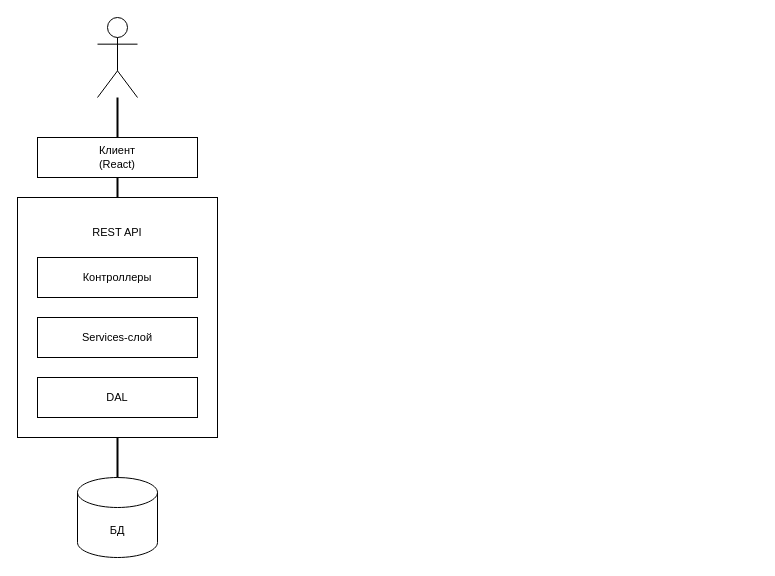
Korepanov01/MediaStorage keeps this draw.io diagram as page "Слои" (2 of 2) of doc/diagrams.drawio. Above is the earlier version. Source tidied: cells renumbered, new cells numbered last; positions are measured from the earlier drawing's top-left corner, leaving out a move shared by most shapes. Both pictures are drawn from the tidied source at 100%, with x=0, y=0 at pixel (17, 17).
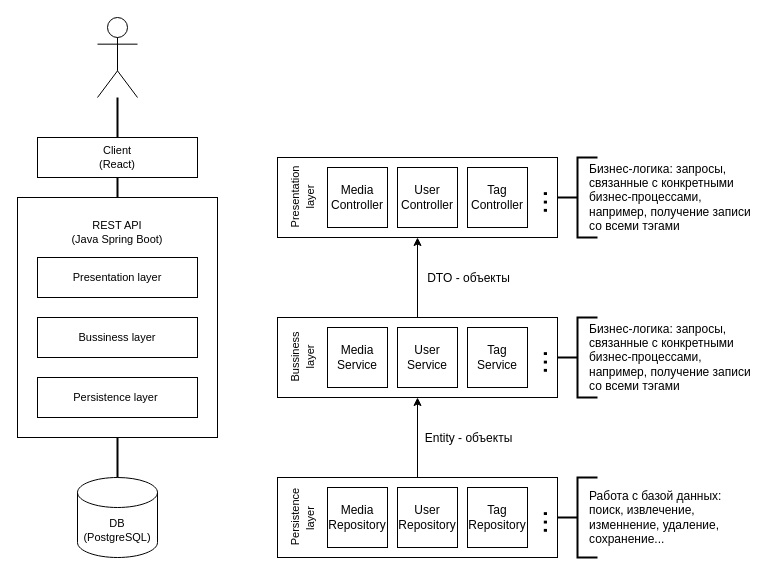
Above is the later version.

The edit, as a diff of the source:
```diff
@@
-    <mxCell id="2" value="БД" style="shape=cylinder3;whiteSpace=wrap;html=1;boundedLbl=1;backgroundOutline=1;size=15;fontFamily=Helvetica;fontSize=11;fontColor=default;" parent="1" vertex="1">
+    <mxCell id="2" value="DB&lt;br&gt;(PostgreSQL)" style="shape=cylinder3;whiteSpace=wrap;html=1;boundedLbl=1;backgroundOutline=1;size=15;fontFamily=Helvetica;fontSize=11;fontColor=default;" parent="1" vertex="1">
       <mxGeometry x="60" y="460" width="80" height="80" as="geometry" />
     </mxCell>
@@
-    <mxCell id="5" value="DAL" style="rounded=0;whiteSpace=wrap;html=1;fontFamily=Helvetica;fontSize=11;fontColor=default;" parent="1" vertex="1">
+    <mxCell id="5" value="Persistence layer&amp;nbsp;" style="rounded=0;whiteSpace=wrap;html=1;fontFamily=Helvetica;fontSize=11;fontColor=default;" parent="1" vertex="1">
       <mxGeometry x="20" y="360" width="160" height="40" as="geometry" />
     </mxCell>
-    <mxCell id="6" value="Services-слой" style="rounded=0;whiteSpace=wrap;html=1;fontFamily=Helvetica;fontSize=11;fontColor=default;" parent="1" vertex="1">
+    <mxCell id="6" value="Bussiness layer" style="rounded=0;whiteSpace=wrap;html=1;fontFamily=Helvetica;fontSize=11;fontColor=default;" parent="1" vertex="1">
       <mxGeometry x="20" y="300" width="160" height="40" as="geometry" />
     </mxCell>
-    <mxCell id="7" value="Контроллеры" style="rounded=0;whiteSpace=wrap;html=1;fontFamily=Helvetica;fontSize=11;fontColor=default;" parent="1" vertex="1">
+    <mxCell id="7" value="Presentation layer" style="rounded=0;whiteSpace=wrap;html=1;fontFamily=Helvetica;fontSize=11;fontColor=default;" parent="1" vertex="1">
       <mxGeometry x="20" y="240" width="160" height="40" as="geometry" />
     </mxCell>
@@
-    <mxCell id="9" value="Клиент&lt;br&gt;(React)" style="rounded=0;whiteSpace=wrap;html=1;fontFamily=Helvetica;fontSize=11;fontColor=default;" parent="1" vertex="1">
+    <mxCell id="9" value="Client&lt;br&gt;(React)" style="rounded=0;whiteSpace=wrap;html=1;fontFamily=Helvetica;fontSize=11;fontColor=default;" parent="1" vertex="1">
       <mxGeometry x="20" y="120" width="160" height="40" as="geometry" />
     </mxCell>
@@
-    <mxCell id="12" value="REST API" style="text;html=1;strokeColor=none;fillColor=none;align=center;verticalAlign=middle;whiteSpace=wrap;rounded=0;fontSize=11;fontFamily=Helvetica;fontColor=default;" parent="1" vertex="1">
-      <mxGeometry x="70" y="200" width="60" height="30" as="geometry" />
+    <mxCell id="12" value="REST API&lt;br&gt;(Java Spring Boot)" style="text;html=1;strokeColor=none;fillColor=none;align=center;verticalAlign=middle;whiteSpace=wrap;rounded=0;fontSize=11;fontFamily=Helvetica;fontColor=default;" parent="1" vertex="1">
+      <mxGeometry x="20" y="200" width="160" height="30" as="geometry" />
     </mxCell>
+    <mxCell id="13" style="edgeStyle=orthogonalEdgeStyle;rounded=0;jettySize=auto;html=1;fontSize=12;" parent="1" edge="1" source="15" target="23">
+      <mxGeometry relative="1" as="geometry" />
+    </mxCell>
+    <mxCell id="14" value="Entity - объекты" style="edgeLabel;html=1;align=center;verticalAlign=middle;fontSize=12;" parent="13" vertex="1">
+      <mxGeometry x="-0.24" y="2" relative="1" as="geometry">
+        <mxPoint x="52" y="-10" as="offset" />
+      </mxGeometry>
+    </mxCell>
+    <mxCell id="15" style="rounded=0;whiteSpace=wrap;html=1;fontFamily=Helvetica;fontSize=11;fontColor=default;" parent="1" vertex="1">
+      <mxGeometry x="260" y="460" width="280" height="80" as="geometry" />
+    </mxCell>
+    <mxCell id="16" value="&lt;span style=&quot;font-size: 11px;&quot;&gt;Persistence layer&amp;nbsp;&lt;/span&gt;" style="text;html=1;strokeColor=none;fillColor=none;align=center;verticalAlign=middle;whiteSpace=wrap;rounded=0;horizontal=0;" parent="1" vertex="1">
+      <mxGeometry x="270" y="467.5" width="30" height="65" as="geometry" />
+    </mxCell>
+    <mxCell id="17" value="Media&lt;br&gt;Repository" style="whiteSpace=wrap;html=1;" parent="1" vertex="1">
+      <mxGeometry x="310" y="470" width="60" height="60" as="geometry" />
+    </mxCell>
+    <mxCell id="18" value="User&lt;br&gt;Repository" style="whiteSpace=wrap;html=1;" parent="1" vertex="1">
+      <mxGeometry x="380" y="470" width="60" height="60" as="geometry" />
+    </mxCell>
+    <mxCell id="19" value="Tag&lt;br&gt;Repository" style="whiteSpace=wrap;html=1;" parent="1" vertex="1">
+      <mxGeometry x="450" y="470" width="60" height="60" as="geometry" />
+    </mxCell>
+    <mxCell id="20" value="&lt;font style=&quot;font-size: 30px;&quot;&gt;...&lt;/font&gt;" style="text;html=1;strokeColor=none;fillColor=none;align=center;verticalAlign=bottom;whiteSpace=wrap;rounded=0;horizontal=0;" parent="1" vertex="1">
+      <mxGeometry x="520" y="490" width="20" height="30" as="geometry" />
+    </mxCell>
+    <mxCell id="21" style="edgeStyle=orthogonalEdgeStyle;rounded=0;jettySize=auto;html=1;fontSize=12;" parent="1" edge="1" source="23" target="33">
+      <mxGeometry relative="1" as="geometry" />
+    </mxCell>
+    <mxCell id="22" value="DTO - объекты" style="edgeLabel;html=1;align=center;verticalAlign=middle;fontSize=12;" parent="21" vertex="1">
+      <mxGeometry x="-0.25" y="2" relative="1" as="geometry">
+        <mxPoint x="52" y="-10" as="offset" />
+      </mxGeometry>
+    </mxCell>
+    <mxCell id="23" style="rounded=0;whiteSpace=wrap;html=1;fontFamily=Helvetica;fontSize=11;fontColor=default;" parent="1" vertex="1">
+      <mxGeometry x="260" y="300" width="280" height="80" as="geometry" />
+    </mxCell>
+    <mxCell id="24" value="&lt;span style=&quot;font-size: 11px;&quot;&gt;Bussiness layer&lt;/span&gt;" style="text;html=1;strokeColor=none;fillColor=none;align=center;verticalAlign=middle;whiteSpace=wrap;rounded=0;horizontal=0;" parent="1" vertex="1">
+      <mxGeometry x="270" y="307.5" width="30" height="65" as="geometry" />
+    </mxCell>
+    <mxCell id="25" value="Media&lt;br&gt;Service" style="whiteSpace=wrap;html=1;" parent="1" vertex="1">
+      <mxGeometry x="310" y="310" width="60" height="60" as="geometry" />
+    </mxCell>
+    <mxCell id="26" value="User&lt;br&gt;Service" style="whiteSpace=wrap;html=1;" parent="1" vertex="1">
+      <mxGeometry x="380" y="310" width="60" height="60" as="geometry" />
+    </mxCell>
+    <mxCell id="27" value="Tag&lt;br&gt;Service" style="whiteSpace=wrap;html=1;" parent="1" vertex="1">
+      <mxGeometry x="450" y="310" width="60" height="60" as="geometry" />
+    </mxCell>
+    <mxCell id="28" value="&lt;font style=&quot;font-size: 30px;&quot;&gt;...&lt;/font&gt;" style="text;html=1;strokeColor=none;fillColor=none;align=center;verticalAlign=bottom;whiteSpace=wrap;rounded=0;horizontal=0;" parent="1" vertex="1">
+      <mxGeometry x="520" y="330" width="20" height="30" as="geometry" />
+    </mxCell>
+    <mxCell id="29" style="strokeWidth=2;html=1;shape=mxgraph.flowchart.annotation_2;align=left;labelPosition=right;fontSize=30;" parent="1" vertex="1">
+      <mxGeometry x="540" y="460" width="40" height="80" as="geometry" />
+    </mxCell>
+    <mxCell id="30" style="strokeWidth=2;html=1;shape=mxgraph.flowchart.annotation_2;align=left;labelPosition=right;fontSize=30;" parent="1" vertex="1">
+      <mxGeometry x="540" y="300" width="40" height="80" as="geometry" />
+    </mxCell>
+    <mxCell id="31" value="&lt;font style=&quot;font-size: 12px;&quot;&gt;Работа с базой данных: поиск, извлечение,&amp;nbsp; изменнение, удаление, сохранение...&lt;/font&gt;" style="text;html=1;strokeColor=none;fillColor=none;align=left;verticalAlign=middle;whiteSpace=wrap;rounded=0;fontSize=12;" parent="1" vertex="1">
+      <mxGeometry x="570" y="470" width="170" height="60" as="geometry" />
+    </mxCell>
+    <mxCell id="32" value="&lt;font style=&quot;font-size: 12px;&quot;&gt;Бизнес-логика: запросы, связанные с конкретными бизнес-процессами, например, получение записи со всеми тэгами&lt;/font&gt;" style="text;html=1;strokeColor=none;fillColor=none;align=left;verticalAlign=middle;whiteSpace=wrap;rounded=0;fontSize=12;" parent="1" vertex="1">
+      <mxGeometry x="570" y="310" width="170" height="60" as="geometry" />
+    </mxCell>
+    <mxCell id="33" style="rounded=0;whiteSpace=wrap;html=1;fontFamily=Helvetica;fontSize=11;fontColor=default;" parent="1" vertex="1">
+      <mxGeometry x="260" y="140" width="280" height="80" as="geometry" />
+    </mxCell>
+    <mxCell id="34" value="&lt;span style=&quot;font-size: 11px;&quot;&gt;Presentation&lt;br&gt;&lt;/span&gt;&lt;span style=&quot;font-size: 11px;&quot;&gt;layer&lt;/span&gt;" style="text;html=1;strokeColor=none;fillColor=none;align=center;verticalAlign=middle;whiteSpace=wrap;rounded=0;horizontal=0;" parent="1" vertex="1">
+      <mxGeometry x="270" y="147.5" width="30" height="65" as="geometry" />
+    </mxCell>
+    <mxCell id="35" value="Media&lt;br&gt;Controller" style="whiteSpace=wrap;html=1;" parent="1" vertex="1">
+      <mxGeometry x="310" y="150" width="60" height="60" as="geometry" />
+    </mxCell>
+    <mxCell id="36" value="User&lt;br&gt;Controller" style="whiteSpace=wrap;html=1;" parent="1" vertex="1">
+      <mxGeometry x="380" y="150" width="60" height="60" as="geometry" />
+    </mxCell>
+    <mxCell id="37" value="Tag&lt;br&gt;Controller" style="whiteSpace=wrap;html=1;" parent="1" vertex="1">
+      <mxGeometry x="450" y="150" width="60" height="60" as="geometry" />
+    </mxCell>
+    <mxCell id="38" value="&lt;font style=&quot;font-size: 30px;&quot;&gt;...&lt;/font&gt;" style="text;html=1;strokeColor=none;fillColor=none;align=center;verticalAlign=bottom;whiteSpace=wrap;rounded=0;horizontal=0;" parent="1" vertex="1">
+      <mxGeometry x="520" y="170" width="20" height="30" as="geometry" />
+    </mxCell>
+    <mxCell id="39" style="strokeWidth=2;html=1;shape=mxgraph.flowchart.annotation_2;align=left;labelPosition=right;fontSize=30;" parent="1" vertex="1">
+      <mxGeometry x="540" y="140" width="40" height="80" as="geometry" />
+    </mxCell>
+    <mxCell id="40" value="&lt;font style=&quot;font-size: 12px;&quot;&gt;Бизнес-логика: запросы, связанные с конкретными бизнес-процессами, например, получение записи со всеми тэгами&lt;/font&gt;" style="text;html=1;strokeColor=none;fillColor=none;align=left;verticalAlign=middle;whiteSpace=wrap;rounded=0;fontSize=12;" parent="1" vertex="1">
+      <mxGeometry x="570" y="150" width="170" height="60" as="geometry" />
+    </mxCell>
```
